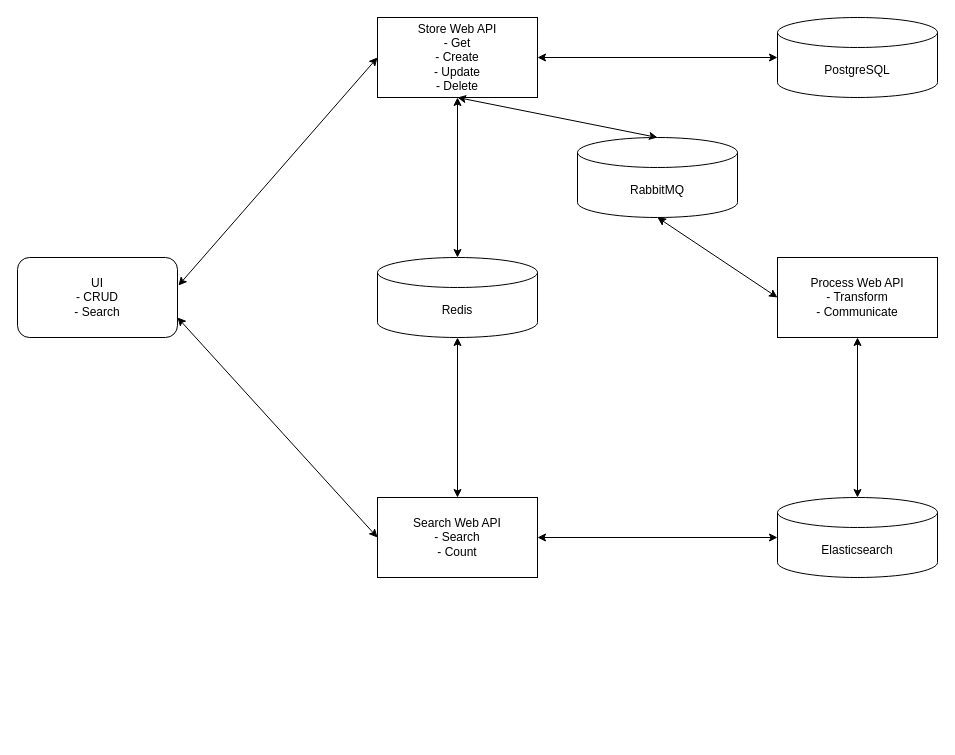
Before: doc/DataSearchEngine.drawio in andtkach/DataSearchEngine, a draw.io diagram. Source tidied: cells renumbered, new cells numbered last; positions are measured from the earlier drawing's top-left corner, leaving out a move shared by most shapes. Both pictures are drawn from the tidied source at 100%, with x=0, y=0 at pixel (17, 17).
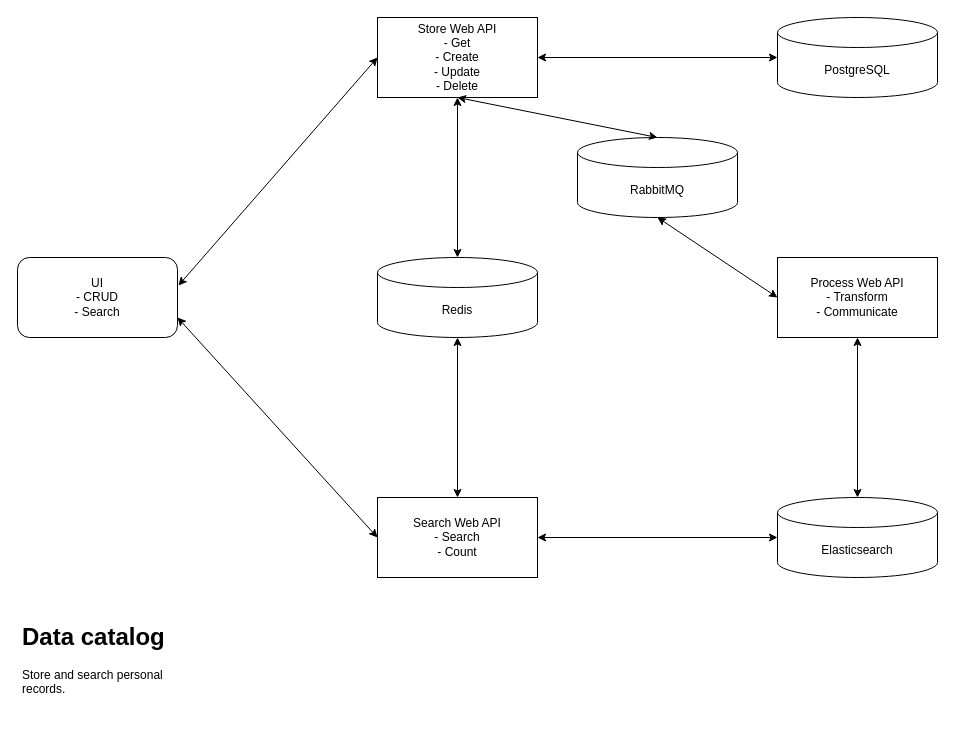
The same page after the edit.

Change to the diagram source:
```diff
@@
 <mxGraphModel>
   <root>
     <mxCell id="0" />
     <mxCell id="1" parent="0" />
     <mxCell id="2" value="PostgreSQL" style="shape=cylinder3;whiteSpace=wrap;html=1;boundedLbl=1;backgroundOutline=1;size=15;" parent="1" vertex="1">
       <mxGeometry x="760" width="160" height="80" as="geometry" />
     </mxCell>
     <mxCell id="3" value="Elasticsearch" style="shape=cylinder3;whiteSpace=wrap;html=1;boundedLbl=1;backgroundOutline=1;size=15;" parent="1" vertex="1">
       <mxGeometry x="760" y="480" width="160" height="80" as="geometry" />
     </mxCell>
     <mxCell id="4" value="Search Web API&lt;br&gt;- Search&lt;br&gt;- Count" style="rounded=0;whiteSpace=wrap;html=1;" parent="1" vertex="1">
       <mxGeometry x="360" y="480" width="160" height="80" as="geometry" />
     </mxCell>
     <mxCell id="5" value="Store Web API&lt;br&gt;- Get&lt;br&gt;- Create&lt;br&gt;- Update&lt;br&gt;- Delete" style="rounded=0;whiteSpace=wrap;html=1;" parent="1" vertex="1">
       <mxGeometry x="360" width="160" height="80" as="geometry" />
     </mxCell>
     <mxCell id="6" value="Process Web API&lt;br&gt;- Transform&lt;br&gt;- Communicate" style="rounded=0;whiteSpace=wrap;html=1;" parent="1" vertex="1">
       <mxGeometry x="760" y="240" width="160" height="80" as="geometry" />
     </mxCell>
     <mxCell id="7" value="UI&lt;br&gt;- CRUD&lt;br&gt;- Search" style="rounded=1;whiteSpace=wrap;html=1;" parent="1" vertex="1">
       <mxGeometry y="240" width="160" height="80" as="geometry" />
     </mxCell>
     <mxCell id="8" style="endArrow=classic;startArrow=classic;html=1;rounded=0;exitX=1.006;exitY=0.35;exitDx=0;exitDy=0;entryX=0;entryY=0.5;entryDx=0;entryDy=0;exitPerimeter=0;" parent="1" edge="1" source="7" target="5">
       <mxGeometry relative="1" as="geometry" />
     </mxCell>
     <mxCell id="9" style="endArrow=classic;startArrow=classic;html=1;rounded=0;exitX=1;exitY=0.75;exitDx=0;exitDy=0;entryX=0;entryY=0.5;entryDx=0;entryDy=0;" parent="1" edge="1" source="7" target="4">
       <mxGeometry relative="1" as="geometry" />
     </mxCell>
     <mxCell id="10" style="endArrow=classic;startArrow=classic;html=1;rounded=0;exitX=1;exitY=0.5;exitDx=0;exitDy=0;entryX=0;entryY=0.5;entryDx=0;entryDy=0;entryPerimeter=0;" parent="1" edge="1" source="4" target="3">
       <mxGeometry relative="1" as="geometry" />
     </mxCell>
     <mxCell id="11" style="endArrow=classic;startArrow=classic;html=1;rounded=0;exitX=1;exitY=0.5;exitDx=0;exitDy=0;entryX=0;entryY=0.5;entryDx=0;entryDy=0;entryPerimeter=0;" parent="1" edge="1" source="5" target="2">
       <mxGeometry relative="1" as="geometry" />
     </mxCell>
     <mxCell id="12" style="endArrow=classic;startArrow=classic;html=1;rounded=0;exitX=0.5;exitY=1;exitDx=0;exitDy=0;entryX=0.5;entryY=0;entryDx=0;entryDy=0;entryPerimeter=0;" parent="1" edge="1" source="6" target="3">
       <mxGeometry relative="1" as="geometry" />
     </mxCell>
     <mxCell id="13" value="Redis" style="shape=cylinder3;whiteSpace=wrap;html=1;boundedLbl=1;backgroundOutline=1;size=15;" parent="1" vertex="1">
       <mxGeometry x="360" y="240" width="160" height="80" as="geometry" />
     </mxCell>
     <mxCell id="14" value="RabbitMQ" style="shape=cylinder3;whiteSpace=wrap;html=1;boundedLbl=1;backgroundOutline=1;size=15;" parent="1" vertex="1">
       <mxGeometry x="560" y="120" width="160" height="80" as="geometry" />
     </mxCell>
     <mxCell id="15" style="endArrow=classic;startArrow=classic;html=1;rounded=0;exitX=0.5;exitY=1;exitDx=0;exitDy=0;exitPerimeter=0;entryX=0;entryY=0.5;entryDx=0;entryDy=0;" parent="1" edge="1" source="14" target="6">
       <mxGeometry relative="1" as="geometry" />
     </mxCell>
     <mxCell id="16" style="endArrow=classic;startArrow=classic;html=1;rounded=0;exitX=0.5;exitY=1;exitDx=0;exitDy=0;entryX=0.5;entryY=0;entryDx=0;entryDy=0;entryPerimeter=0;" parent="1" edge="1" source="5" target="14">
       <mxGeometry relative="1" as="geometry" />
     </mxCell>
     <mxCell id="17" style="endArrow=classic;startArrow=classic;html=1;rounded=0;exitX=0.5;exitY=1;exitDx=0;exitDy=0;entryX=0.5;entryY=0;entryDx=0;entryDy=0;entryPerimeter=0;" parent="1" edge="1" source="5" target="13">
       <mxGeometry relative="1" as="geometry" />
     </mxCell>
     <mxCell id="18" style="endArrow=classic;startArrow=classic;html=1;rounded=0;exitX=0.5;exitY=0;exitDx=0;exitDy=0;entryX=0.5;entryY=1;entryDx=0;entryDy=0;entryPerimeter=0;" parent="1" edge="1" source="4" target="13">
       <mxGeometry relative="1" as="geometry" />
     </mxCell>
+    <mxCell id="19" value="&lt;h1&gt;Data catalog&lt;/h1&gt;&lt;p&gt;Store and search personal records.&lt;/p&gt;" style="text;html=1;strokeColor=none;fillColor=none;spacing=5;spacingTop=-20;whiteSpace=wrap;overflow=hidden;rounded=0;" parent="1" vertex="1">
+      <mxGeometry y="600" width="190" height="120" as="geometry" />
+    </mxCell>
   </root>
 </mxGraphModel>
```
